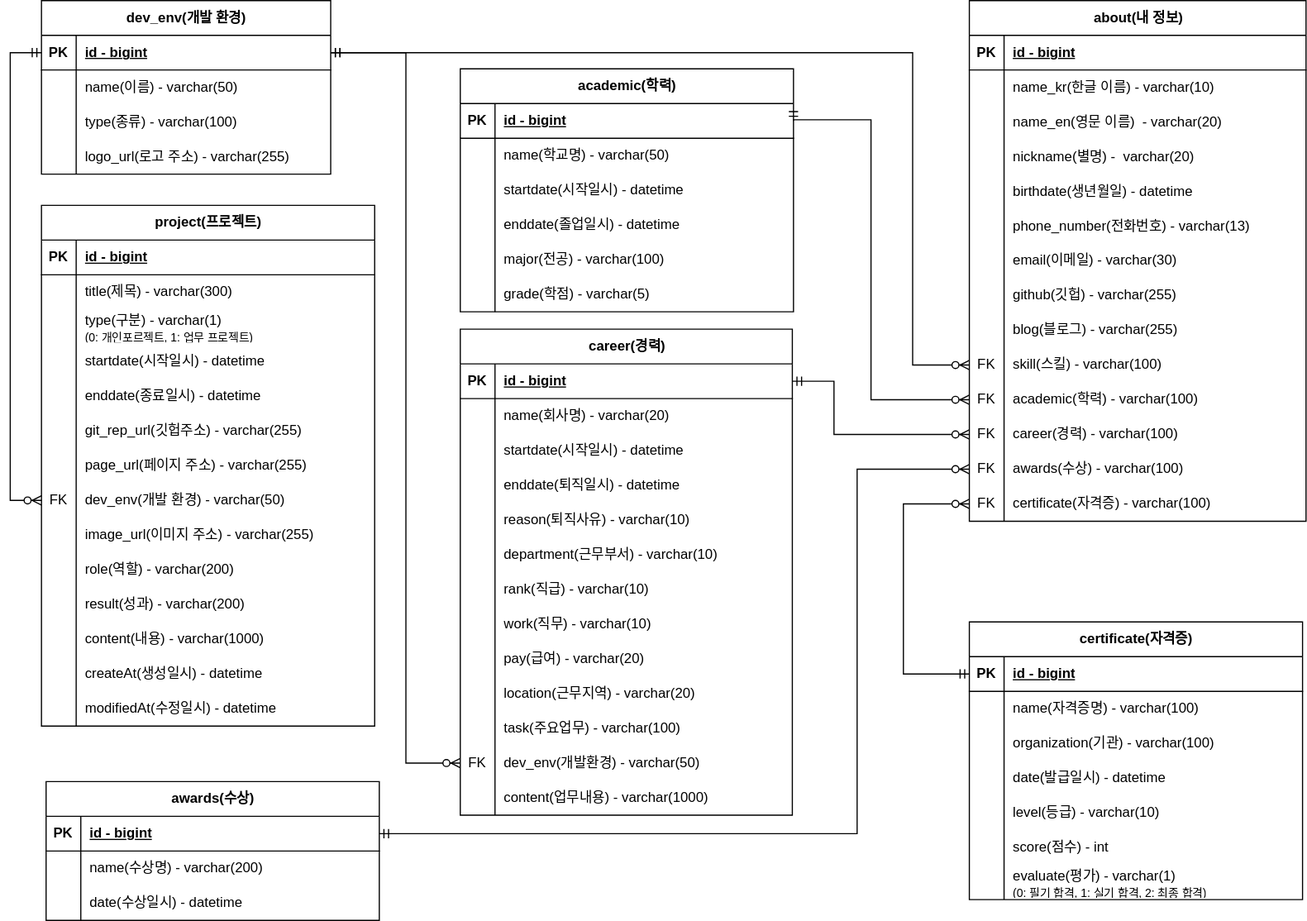
This is document/project-portfolio-erd.svg from benedictJHGil/my-portfolio-app, a draw.io export, as it was before one commit. Source tidied: cells renumbered, new cells last; positions are measured from the earlier drawing's top-left corner, leaving out a move shared by most shapes.
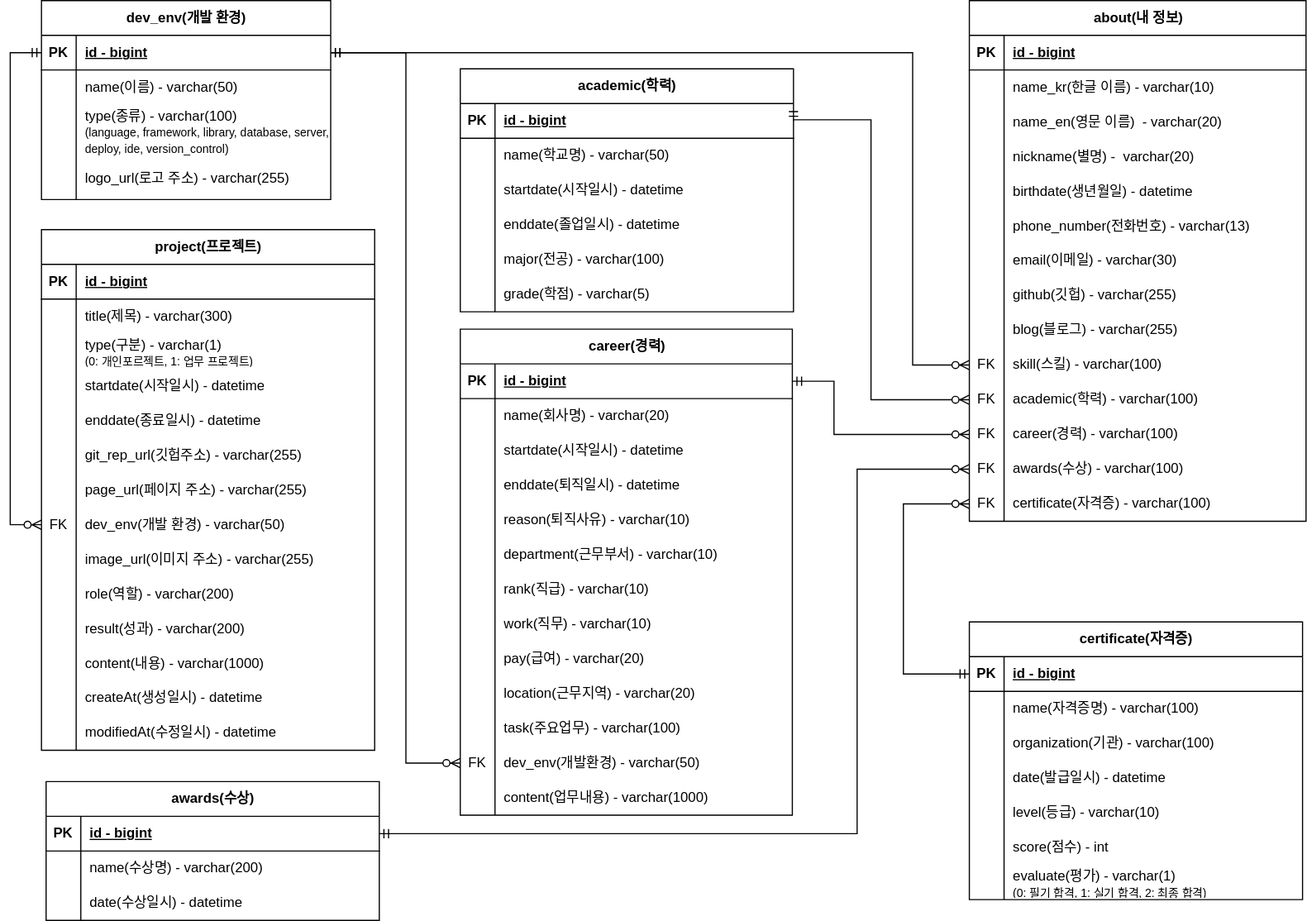
Above is the later version.

The edit, as a diff of the source:
```diff
@@ -3,7 +3,7 @@
     <mxCell id="0" />
     <mxCell id="1" parent="0" />
     <mxCell id="2" value="project(프로젝트)" style="shape=table;startSize=30;rowLines=0;fontStyle=1;align=center;html=1;" parent="1" vertex="1">
-      <mxGeometry x="27" y="177" width="288" height="450" as="geometry" />
+      <mxGeometry x="27" y="198" width="288" height="450" as="geometry" />
     </mxCell>
     <mxCell id="3" style="shape=tableRow;horizontal=0;startSize=0;swimlaneHead=0;swimlaneBody=0;fillColor=none;top=0;left=0;right=0;bottom=1;" parent="2" vertex="1">
       <mxGeometry y="30" width="288" height="30" as="geometry" />
@@ -132,7 +132,7 @@
       <mxGeometry x="30" width="258" height="30" as="geometry" />
     </mxCell>
     <mxCell id="45" value="dev_env(개발 환경)" style="shape=table;startSize=30;rowLines=0;fontStyle=1;align=center;html=1;" parent="1" vertex="1">
-      <mxGeometry x="27" width="250" height="150" as="geometry" />
+      <mxGeometry x="27" width="250" height="172" as="geometry" />
     </mxCell>
     <mxCell id="46" style="shape=tableRow;horizontal=0;startSize=0;swimlaneHead=0;swimlaneBody=0;fillColor=none;points=[[0,0.5],[1,0.5]];portConstraint=eastwest;top=0;left=0;right=0;bottom=1;" parent="45" vertex="1">
       <mxGeometry y="30" width="250" height="30" as="geometry" />
@@ -153,22 +153,22 @@
       <mxGeometry x="30" width="220" height="30" as="geometry" />
     </mxCell>
     <mxCell id="52" style="shape=tableRow;horizontal=0;startSize=0;swimlaneHead=0;swimlaneBody=0;fillColor=none;top=0;left=0;right=0;bottom=0;" parent="45" vertex="1">
-      <mxGeometry y="90" width="250" height="30" as="geometry" />
+      <mxGeometry y="90" width="250" height="46" as="geometry" />
     </mxCell>
     <mxCell id="53" style="shape=partialRectangle;fillColor=none;top=0;left=0;bottom=0;right=0;overflow=hidden;whiteSpace=wrap;html=1;" parent="52" vertex="1">
-      <mxGeometry width="30" height="30" as="geometry" />
+      <mxGeometry width="30" height="46" as="geometry" />
     </mxCell>
-    <mxCell id="54" value="type(종류) - varchar(100)" style="shape=partialRectangle;fillColor=none;top=0;left=0;bottom=0;right=0;align=left;spacingLeft=6;overflow=hidden;whiteSpace=wrap;html=1;" parent="52" vertex="1">
-      <mxGeometry x="30" width="220" height="30" as="geometry" />
+    <mxCell id="54" value="type(종류) - varchar(100)&lt;div&gt;&lt;font style=&quot;font-size: 10px;&quot;&gt;(language, framework, library, database,&amp;nbsp;&lt;/font&gt;&lt;span style=&quot;font-size: 10px; background-color: initial;&quot;&gt;server, deploy, ide, version_control)&lt;/span&gt;&lt;/div&gt;" style="shape=partialRectangle;fillColor=none;top=0;left=0;bottom=0;right=0;align=left;spacingLeft=6;overflow=hidden;whiteSpace=wrap;html=1;" parent="52" vertex="1">
+      <mxGeometry x="30" width="220" height="46" as="geometry" />
     </mxCell>
     <mxCell id="55" style="shape=tableRow;horizontal=0;startSize=0;swimlaneHead=0;swimlaneBody=0;fillColor=none;top=0;left=0;right=0;bottom=0;" parent="45" vertex="1">
-      <mxGeometry y="120" width="250" height="30" as="geometry" />
+      <mxGeometry y="136" width="250" height="36" as="geometry" />
     </mxCell>
     <mxCell id="56" style="shape=partialRectangle;fillColor=none;top=0;left=0;bottom=0;right=0;overflow=hidden;whiteSpace=wrap;html=1;" parent="55" vertex="1">
-      <mxGeometry width="30" height="30" as="geometry" />
+      <mxGeometry width="30" height="36" as="geometry" />
     </mxCell>
     <mxCell id="57" value="logo_url(로고 주소) - varchar(255)" style="shape=partialRectangle;fillColor=none;top=0;left=0;bottom=0;right=0;align=left;spacingLeft=6;overflow=hidden;whiteSpace=wrap;html=1;" parent="55" vertex="1">
-      <mxGeometry x="30" width="220" height="30" as="geometry" />
+      <mxGeometry x="30" width="220" height="36" as="geometry" />
     </mxCell>
     <mxCell id="58" style="fontSize=12;html=1;endArrow=ERzeroToMany;startArrow=ERmandOne;rounded=0;entryX=0;entryY=0.5;entryDx=0;entryDy=0;edgeStyle=elbowEdgeStyle;exitX=0;exitY=0.5;exitDx=0;exitDy=0;" parent="1" edge="1" source="46" target="24">
       <mxGeometry relative="1" as="geometry">
```
